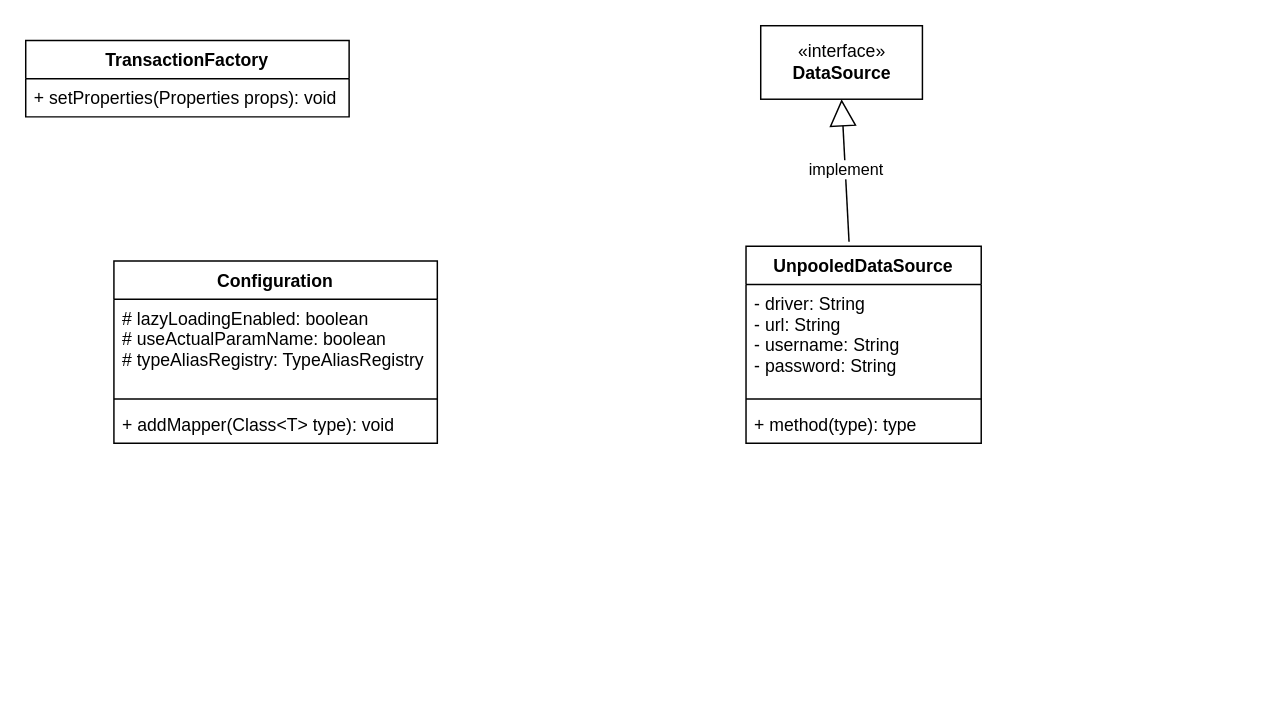
Above: mybatis.drawio in Self-madeboy/- (draw.io), before the change. Source tidied: cells renumbered, new cells numbered last; positions are measured from the earlier drawing's top-left corner, leaving out a move shared by most shapes. Both pictures are drawn from the tidied source at 147%, with x=0, y=0 at pixel (25, 25).
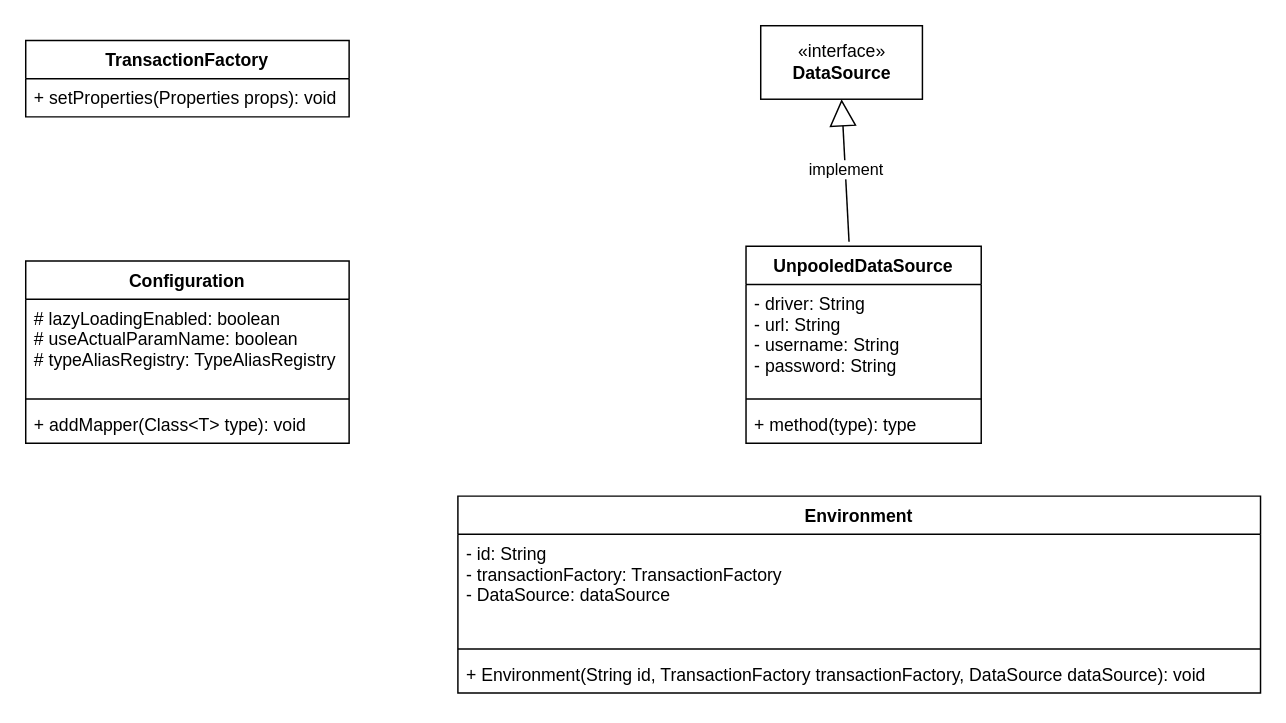
After the change.

Change to the diagram source:
```diff
@@
 <mxGraphModel>
   <root>
     <mxCell id="0" />
     <mxCell id="1" parent="0" />
     <mxCell id="2" value="TransactionFactory" style="swimlane;fontStyle=1;align=center;verticalAlign=top;horizontal=1;startSize=26;" parent="1" vertex="1">
       <mxGeometry y="10" width="220" height="52" as="geometry" />
     </mxCell>
     <mxCell id="3" value="+ setProperties(Properties props): void" style="text;strokeColor=none;fillColor=none;align=left;verticalAlign=top;spacingLeft=4;spacingRight=4;overflow=hidden;" parent="2" vertex="1">
       <mxGeometry y="26" width="220" height="26" as="geometry" />
     </mxCell>
     <mxCell id="4" value="UnpooledDataSource" style="swimlane;fontStyle=1;align=center;verticalAlign=top;horizontal=1;startSize=26;" parent="1" vertex="1">
       <mxGeometry x="490" y="150" width="160" height="134" as="geometry" />
     </mxCell>
     <mxCell id="5" value="- driver: String&#10;- url: String&#10;- username: String&#10;- password: String" style="text;strokeColor=none;fillColor=none;align=left;verticalAlign=top;spacingLeft=4;spacingRight=4;overflow=hidden;" parent="4" vertex="1">
       <mxGeometry y="26" width="160" height="74" as="geometry" />
     </mxCell>
     <mxCell id="6" style="line;strokeWidth=1;fillColor=none;align=left;verticalAlign=middle;spacingTop=-1;spacingLeft=3;spacingRight=3;labelPosition=right;" parent="4" vertex="1">
       <mxGeometry y="100" width="160" height="8" as="geometry" />
     </mxCell>
     <mxCell id="7" value="+ method(type): type" style="text;strokeColor=none;fillColor=none;align=left;verticalAlign=top;spacingLeft=4;spacingRight=4;overflow=hidden;" parent="4" vertex="1">
       <mxGeometry y="108" width="160" height="26" as="geometry" />
     </mxCell>
     <mxCell id="8" value="«interface»&lt;br&gt;&lt;b&gt;DataSource&lt;/b&gt;" style="html=1;" parent="1" vertex="1">
       <mxGeometry x="500" width="110" height="50" as="geometry" />
     </mxCell>
     <mxCell id="9" value="implement" style="endArrow=block;endSize=16;endFill=0;html=1;rounded=0;entryX=0.5;entryY=1;entryDx=0;entryDy=0;exitX=0.438;exitY=-0.023;exitDx=0;exitDy=0;exitPerimeter=0;" parent="1" edge="1" source="4" target="8">
       <mxGeometry relative="1" as="geometry" />
     </mxCell>
     <mxCell id="10" value="Configuration" style="swimlane;fontStyle=1;align=center;verticalAlign=top;horizontal=1;startSize=26;" parent="1" vertex="1">
-      <mxGeometry x="60" y="160" width="220" height="124" as="geometry" />
+      <mxGeometry y="160" width="220" height="124" as="geometry" />
     </mxCell>
     <mxCell id="11" value="# lazyLoadingEnabled: boolean&#10;# useActualParamName: boolean&#10;# typeAliasRegistry: TypeAliasRegistry&#10;&#10;" style="text;strokeColor=none;fillColor=none;align=left;verticalAlign=top;spacingLeft=4;spacingRight=4;overflow=hidden;" parent="10" vertex="1">
       <mxGeometry y="26" width="220" height="64" as="geometry" />
     </mxCell>
     <mxCell id="12" style="line;strokeWidth=1;fillColor=none;align=left;verticalAlign=middle;spacingTop=-1;spacingLeft=3;spacingRight=3;labelPosition=right;" parent="10" vertex="1">
       <mxGeometry y="90" width="220" height="8" as="geometry" />
     </mxCell>
     <mxCell id="13" value="+ addMapper(Class&lt;T&gt; type): void" style="text;strokeColor=none;fillColor=none;align=left;verticalAlign=top;spacingLeft=4;spacingRight=4;overflow=hidden;" parent="10" vertex="1">
       <mxGeometry y="98" width="220" height="26" as="geometry" />
     </mxCell>
+    <mxCell id="14" value="Environment" style="swimlane;fontStyle=1;align=center;verticalAlign=top;horizontal=1;startSize=26;" parent="1" vertex="1">
+      <mxGeometry x="294" y="320" width="546" height="134" as="geometry" />
+    </mxCell>
+    <mxCell id="15" value="- id: String&#10;- transactionFactory: TransactionFactory&#10;- DataSource: dataSource" style="text;strokeColor=none;fillColor=none;align=left;verticalAlign=top;spacingLeft=4;spacingRight=4;overflow=hidden;" parent="14" vertex="1">
+      <mxGeometry y="26" width="546" height="74" as="geometry" />
+    </mxCell>
+    <mxCell id="16" style="line;strokeWidth=1;fillColor=none;align=left;verticalAlign=middle;spacingTop=-1;spacingLeft=3;spacingRight=3;labelPosition=right;" parent="14" vertex="1">
+      <mxGeometry y="100" width="546" height="8" as="geometry" />
+    </mxCell>
+    <mxCell id="17" value="+ Environment(String id, TransactionFactory transactionFactory, DataSource dataSource): void" style="text;strokeColor=none;fillColor=none;align=left;verticalAlign=top;spacingLeft=4;spacingRight=4;overflow=hidden;" parent="14" vertex="1">
+      <mxGeometry y="108" width="546" height="26" as="geometry" />
+    </mxCell>
   </root>
 </mxGraphModel>
```
